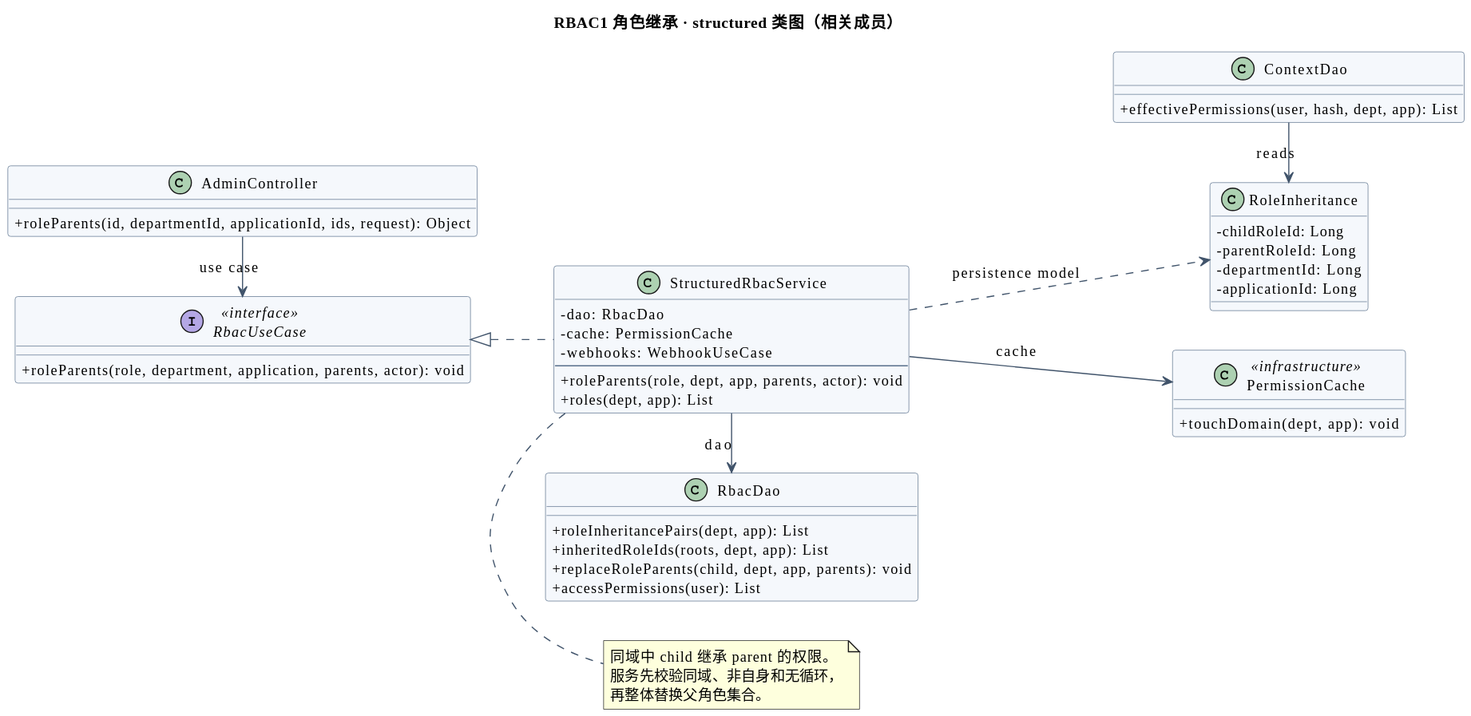
This is doc/uml/role-hierarchy-class.svg from JiuQi79-BOT/MelonHub, a PlantUML export, as it was before one commit.
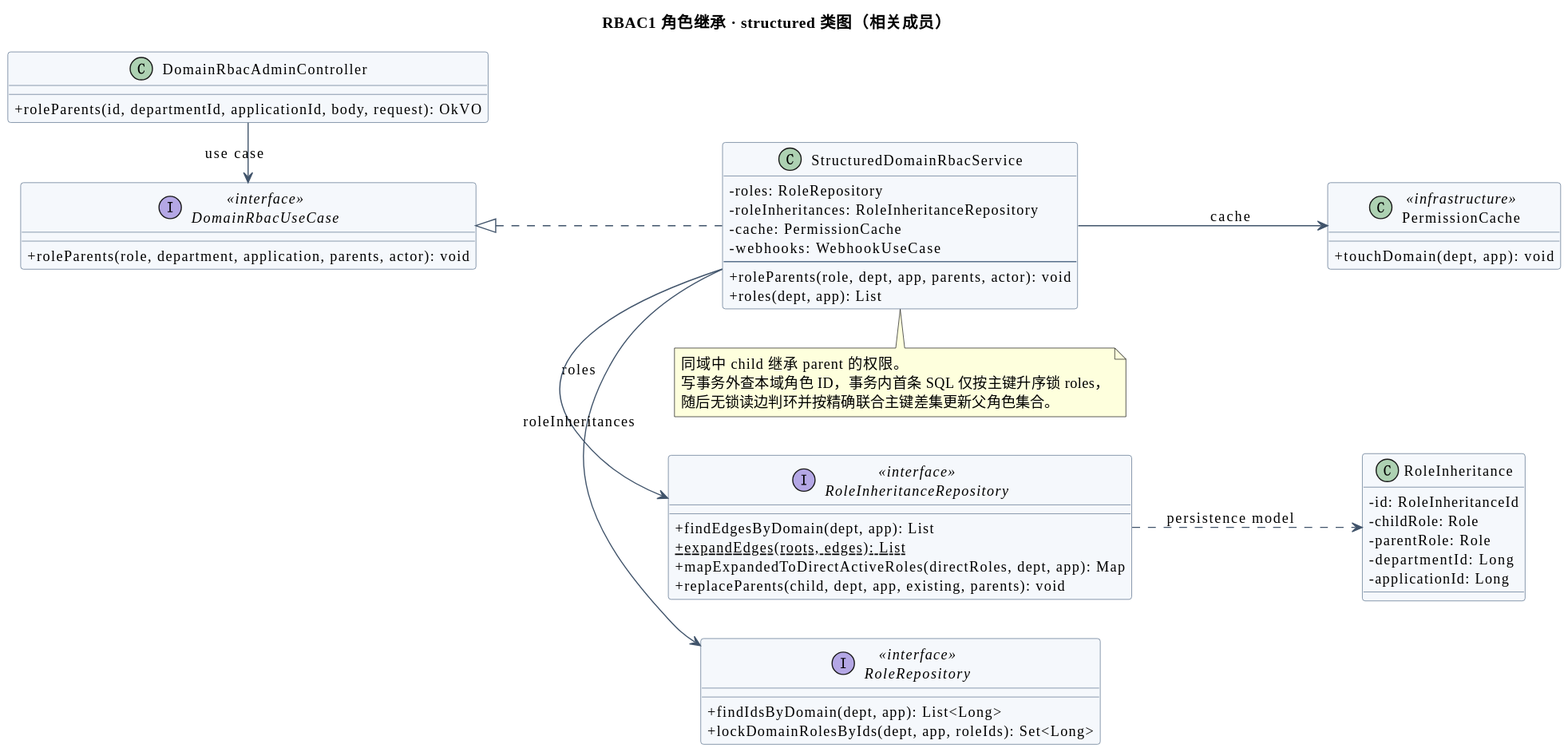
Above is the later version.

The edit, as a diff of the source:
```diff
@@ -14,47 +14,50 @@
 hide footbox
 title RBAC1 角色继承 · structured 类图（相关成员）
 left to right direction
-class "AdminController" as C {
- + roleParents(id, departmentId, applicationId, ids, request): Object
+class "DomainRbacAdminController" as C {
+ + roleParents(id, departmentId, applicationId, body, request): OkVO
 }
-interface "RbacUseCase" as U <<interface>> {
+interface "DomainRbacUseCase" as U <<interface>> {
  + roleParents(role, department, application, parents, actor): void
 }
-class "StructuredRbacService" as S {
- - dao: RbacDao
+class "StructuredDomainRbacService" as S {
+ - roles: RoleRepository
+ - roleInheritances: RoleInheritanceRepository
  - cache: PermissionCache
  - webhooks: WebhookUseCase
  --
  + roleParents(role, dept, app, parents, actor): void
  + roles(dept, app): List
 }
-class "RbacDao" as D {
- + roleInheritancePairs(dept, app): List
- + inheritedRoleIds(roots, dept, app): List
- + replaceRoleParents(child, dept, app, parents): void
- + accessPermissions(user): List
+interface "RoleRepository" as RR <<interface>> {
+ + findIdsByDomain(dept, app): List<Long>
+ + lockDomainRolesByIds(dept, app, roleIds): Set<Long>
+}
+interface "RoleInheritanceRepository" as RIR <<interface>> {
+ + findEdgesByDomain(dept, app): List
+ + {static} expandEdges(roots, edges): List
+ + mapExpandedToDirectActiveRoles(directRoles, dept, app): Map
+ + replaceParents(child, dept, app, existing, parents): void
 }
 class "RoleInheritance" as RI {
- - childRoleId: Long
- - parentRoleId: Long
+ - id: RoleInheritanceId
+ - childRole: Role
+ - parentRole: Role
  - departmentId: Long
  - applicationId: Long
-}
-class "ContextDao" as CD {
- + effectivePermissions(user, hash, dept, app): List
 }
 class "PermissionCache" as Cache <<infrastructure>> {
  + touchDomain(dept, app): void
 }
 C -right-> U : use case
 S .up.|> U
-S -right-> D : dao
+S -right-> RR : roles
+S -right-> RIR : roleInheritances
 S -down-> Cache : cache
-S .down.> RI : persistence model
-CD -right-> RI : reads
+RIR .down.> RI : persistence model
 note bottom of S
 同域中 child 继承 parent 的权限。
-服务先校验同域、非自身和无循环，
-再整体替换父角色集合。
+写事务外查本域角色 ID，事务内首条 SQL 仅按主键升序锁 roles，
+随后无锁读边判环并按精确联合主键差集更新父角色集合。
 end note
 @enduml
```
